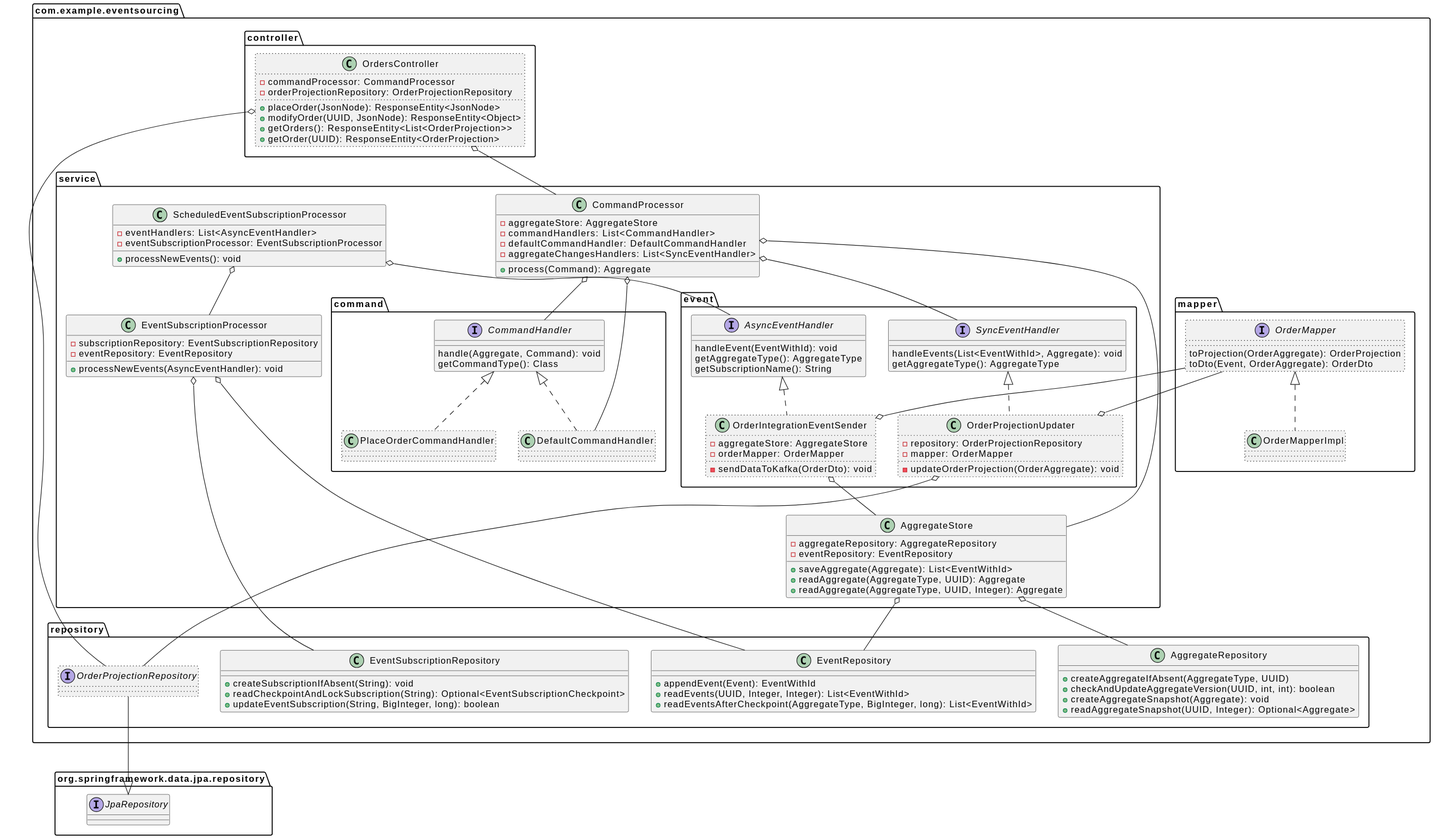
Before: img/class-service.svg, a diagram exported from PlantUML (codehunter-dev-281/postgresql-event-sourcing).
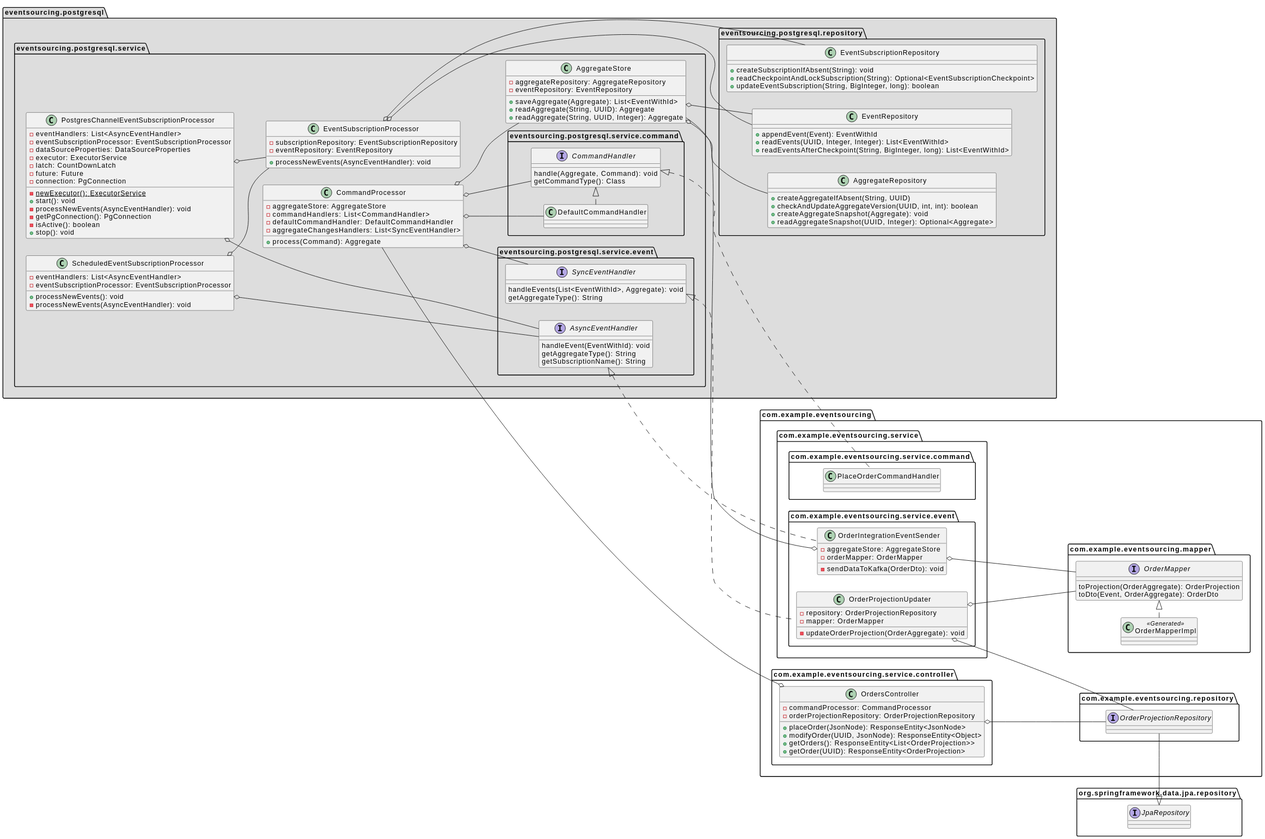
After the change.

The edit, as a diff of the source:
```diff
@@ -4,18 +4,18 @@
 
 set separator none
 
-package org.springframework.data.jpa.repository {
+left to right direction
+
+package org.springframework.data.jpa.repository  {
   interface JpaRepository
 }
 
-package com.example.eventsourcing {
+package eventsourcing.postgresql #DDDDDD {
 
-  package repository {
-
-    interface OrderProjectionRepository ##[dotted]
+  package eventsourcing.postgresql.repository {
 
     class AggregateRepository {
-      +createAggregateIfAbsent(AggregateType, UUID)
+      +createAggregateIfAbsent(String, UUID)
       +checkAndUpdateAggregateVersion(UUID, int, int): boolean
       +createAggregateSnapshot(Aggregate): void
       +readAggregateSnapshot(UUID, Integer): Optional<Aggregate>
@@ -24,7 +24,7 @@
     class EventRepository {
       +appendEvent(Event): EventWithId
       +readEvents(UUID, Integer, Integer): List<EventWithId>
-      +readEventsAfterCheckpoint(AggregateType, BigInteger, long): List<EventWithId>
+      +readEventsAfterCheckpoint(String, BigInteger, long): List<EventWithId>
     }
 
     class EventSubscriptionRepository {
@@ -34,68 +34,106 @@
     }
   }
 
-  package service {
+  package eventsourcing.postgresql.service {
 
     class AggregateStore {
       -aggregateRepository: AggregateRepository
       -eventRepository: EventRepository
       +saveAggregate(Aggregate): List<EventWithId>
-      +readAggregate(AggregateType, UUID): Aggregate
-      +readAggregate(AggregateType, UUID, Integer): Aggregate
+      +readAggregate(String, UUID): Aggregate
+      +readAggregate(String, UUID, Integer): Aggregate
     }
 
-    class CommandProcessor {
-      -aggregateStore: AggregateStore
-      -commandHandlers: List<CommandHandler>
-      -defaultCommandHandler: DefaultCommandHandler
-      -aggregateChangesHandlers: List<SyncEventHandler>
-      +process(Command): Aggregate
+    together {
+      class CommandProcessor {
+        -aggregateStore: AggregateStore
+        -commandHandlers: List<CommandHandler>
+        -defaultCommandHandler: DefaultCommandHandler
+        -aggregateChangesHandlers: List<SyncEventHandler>
+        +process(Command): Aggregate
+      }
+
+      class EventSubscriptionProcessor {
+        -subscriptionRepository: EventSubscriptionRepository
+        -eventRepository: EventRepository
+        +processNewEvents(AsyncEventHandler): void
+      }
     }
 
-    class EventSubscriptionProcessor {
-      -subscriptionRepository: EventSubscriptionRepository
-      -eventRepository: EventRepository
-      +processNewEvents(AsyncEventHandler): void
+    together {
+      class ScheduledEventSubscriptionProcessor {
+        -eventHandlers: List<AsyncEventHandler>
+        -eventSubscriptionProcessor: EventSubscriptionProcessor
+        +processNewEvents(): void
+        -processNewEvents(AsyncEventHandler): void
+      }
+
+      class PostgresChannelEventSubscriptionProcessor {
+        -eventHandlers: List<AsyncEventHandler>
+        -eventSubscriptionProcessor: EventSubscriptionProcessor
+        -dataSourceProperties: DataSourceProperties
+        -executor: ExecutorService
+        -latch: CountDownLatch
+        -future: Future
+        -connection: PgConnection
+        -{static} newExecutor(): ExecutorService
+        +start(): void
+        -processNewEvents(AsyncEventHandler): void
+        -getPgConnection(): PgConnection
+        -isActive(): boolean
+        +stop(): void
+      }
     }
 
-    class ScheduledEventSubscriptionProcessor {
-      -eventHandlers: List<AsyncEventHandler>
-      -eventSubscriptionProcessor: EventSubscriptionProcessor
-      +processNewEvents(): void
-    }
-
-    package command {
+    package eventsourcing.postgresql.service.command {
 
       interface CommandHandler {
         handle(Aggregate, Command): void
         getCommandType(): Class
       }
 
-      class DefaultCommandHandler ##[dotted]
-
-      class PlaceOrderCommandHandler ##[dotted]
+      class DefaultCommandHandler
     }
 
-    package event {
+    package eventsourcing.postgresql.service.event {
 
       interface SyncEventHandler {
         handleEvents(List<EventWithId>, Aggregate): void
-        getAggregateType(): AggregateType
+        getAggregateType(): String
       }
 
       interface AsyncEventHandler {
         handleEvent(EventWithId): void
-        getAggregateType(): AggregateType
+        getAggregateType(): String
         getSubscriptionName(): String
       }
+    }
+  }
+}
 
-      class OrderProjectionUpdater ##[dotted] {
+package com.example.eventsourcing {
+
+  package com.example.eventsourcing.repository {
+
+    interface OrderProjectionRepository
+  }
+
+  package com.example.eventsourcing.service {
+
+    package com.example.eventsourcing.service.command {
+
+      class PlaceOrderCommandHandler
+    }
+
+    package com.example.eventsourcing.service.event {
+
+      class OrderProjectionUpdater {
         -repository: OrderProjectionRepository
         -mapper: OrderMapper
         -updateOrderProjection(OrderAggregate): void
       }
 
-      class OrderIntegrationEventSender ##[dotted] {
+      class OrderIntegrationEventSender {
         -aggregateStore: AggregateStore
         -orderMapper: OrderMapper
         -sendDataToKafka(OrderDto): void
@@ -103,19 +141,19 @@
     }
   }
 
-  package mapper {
+  package com.example.eventsourcing.mapper {
 
-    interface OrderMapper ##[dotted] {
+    interface OrderMapper {
       toProjection(OrderAggregate): OrderProjection
       toDto(Event, OrderAggregate): OrderDto
     }
 
-    class OrderMapperImpl ##[dotted]
+    class OrderMapperImpl << Generated >>
   }
 
-  package controller {
+  package com.example.eventsourcing.service.controller {
 
-    class OrdersController ##[dotted] {
+    class OrdersController {
       -commandProcessor: CommandProcessor
       -orderProjectionRepository: OrderProjectionRepository
       +placeOrder(JsonNode): ResponseEntity<JsonNode>
@@ -126,16 +164,16 @@
   }
 }
 
-JpaRepository <|-up-- OrderProjectionRepository
+JpaRepository <|-right- OrderProjectionRepository
 
 SyncEventHandler <|.. OrderProjectionUpdater
 
 AsyncEventHandler <|.. OrderIntegrationEventSender
 
-CommandHandler <|.. DefaultCommandHandler
+CommandHandler <|.left. DefaultCommandHandler
 CommandHandler <|.. PlaceOrderCommandHandler
 
-OrderMapper <|.. OrderMapperImpl
+OrderMapper <|.left. OrderMapperImpl
 
 OrdersController o-- CommandProcessor
 OrdersController o-- OrderProjectionRepository
@@ -149,14 +187,17 @@
 ScheduledEventSubscriptionProcessor o-- EventSubscriptionProcessor
 ScheduledEventSubscriptionProcessor o-- AsyncEventHandler
 
+PostgresChannelEventSubscriptionProcessor o-- EventSubscriptionProcessor
+PostgresChannelEventSubscriptionProcessor o-- AsyncEventHandler
+
 CommandProcessor o-- AggregateStore
 CommandProcessor o-- CommandHandler
 CommandProcessor o-- DefaultCommandHandler
 CommandProcessor o-- SyncEventHandler
 
 OrderProjectionUpdater o-- OrderProjectionRepository
-OrderProjectionUpdater o-up- OrderMapper
+OrderProjectionUpdater o-- OrderMapper
 
 OrderIntegrationEventSender o-- AggregateStore
-OrderIntegrationEventSender o-up- OrderMapper
+OrderIntegrationEventSender o-- OrderMapper
 @enduml
```
